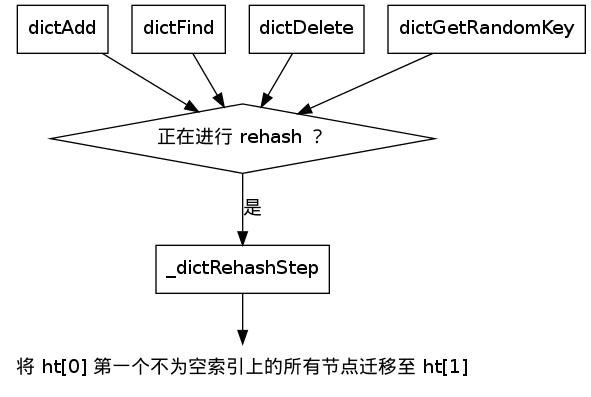
Before: internal-datastruct/image/dict_rehash_step.png, a diagram exported from Graphviz (huangzworks/redisbook). Its source is kept beside it as internal-datastruct/image/dict_rehash_step.dot. Its diagram source:
```dot
digraph rehash_step {


    dictAdd [shape=box, label="dictAdd"];

    dictFind [shape=box, label="dictFind"];

    dictDelete [shape=box, label="dictDelete"];

    dictGetRandomKey [shape=box, label="dictGetRandomKey"];


    rehashing_or_not [shape=diamond, label="正在进行 rehash ？"];

    _dictRehashStep [shape=box, label="_dictRehashStep"];

    one_index [shape=plaintext, label="将 ht[0] 第一个不为空索引上的所有节点迁移至 ht[1]"];


    dictAdd -> rehashing_or_not;

    dictFind -> rehashing_or_not;

    dictDelete -> rehashing_or_not;

    dictGetRandomKey -> rehashing_or_not;

    rehashing_or_not -> _dictRehashStep [label="是"];

    _dictRehashStep -> one_index;
}
```
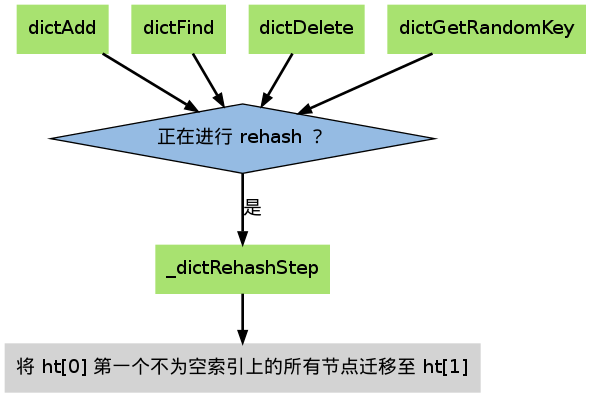
After the change.

Diff of the diagram source:
```diff
@@ -1,20 +1,24 @@
 digraph rehash_step {
 
+    node[shape=plaintext, style = filled];
 
-    dictAdd [shape=box, label="dictAdd"];
-
-    dictFind [shape=box, label="dictFind"];
-
-    dictDelete [shape=box, label="dictDelete"];
-
-    dictGetRandomKey [shape=box, label="dictGetRandomKey"];
+    edge [style = bold];
 
 
-    rehashing_or_not [shape=diamond, label="正在进行 rehash ？"];
+    dictAdd [label="dictAdd", fillcolor = "#A8E270"];
 
-    _dictRehashStep [shape=box, label="_dictRehashStep"];
+    dictFind [label="dictFind", fillcolor = "#A8E270"];
 
-    one_index [shape=plaintext, label="将 ht[0] 第一个不为空索引上的所有节点迁移至 ht[1]"];
+    dictDelete [label="dictDelete", fillcolor = "#A8E270"];
+
+    dictGetRandomKey [label="dictGetRandomKey", fillcolor = "#A8E270"];
+
+
+    rehashing_or_not [shape=diamond, label="正在进行 rehash ？", fillcolor = "#95BBE3"];
+
+    _dictRehashStep [label="_dictRehashStep", fillcolor = "#A8E270"];
+
+    one_index [label="将 ht[0] 第一个不为空索引上的所有节点迁移至 ht[1]"];
 
 
     dictAdd -> rehashing_or_not;
```
